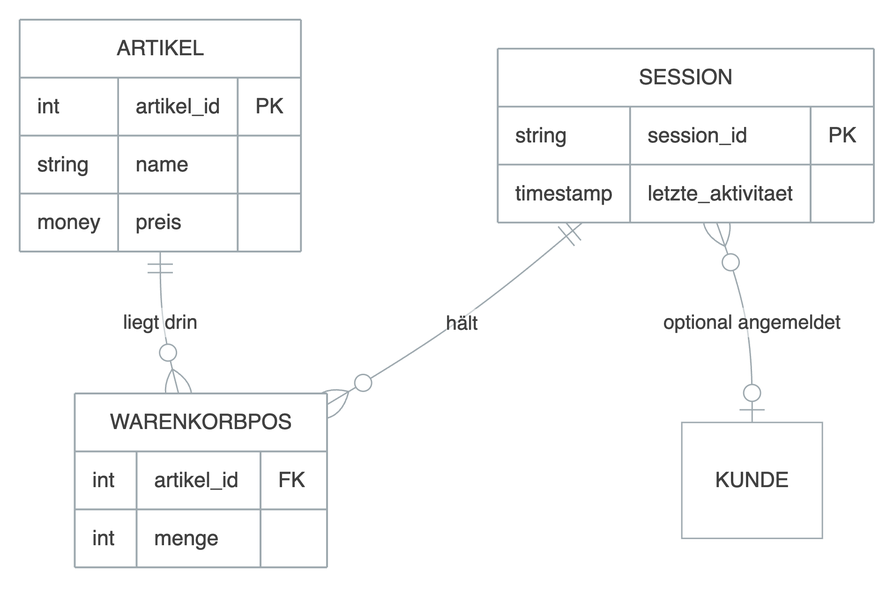
Above: slides/diagramme/02_shop_modell.png in swrobuts/BurgerMetrics (Mermaid), before the change. Its source is kept beside it as slides/diagramme/02_shop_modell.mmd. The source it was exported from:
```mermaid
erDiagram
    SESSION   ||--o{ WARENKORBPOS : "hält"
    ARTIKEL   ||--o{ WARENKORBPOS : "liegt drin"
    SESSION   }o--o| KUNDE        : "optional angemeldet"
    SESSION {
        string session_id PK
        timestamp letzte_aktivitaet
    }
    WARENKORBPOS {
        int    artikel_id FK
        int    menge
    }
    ARTIKEL {
        int    artikel_id PK
        string name
        money  preis
    }
```
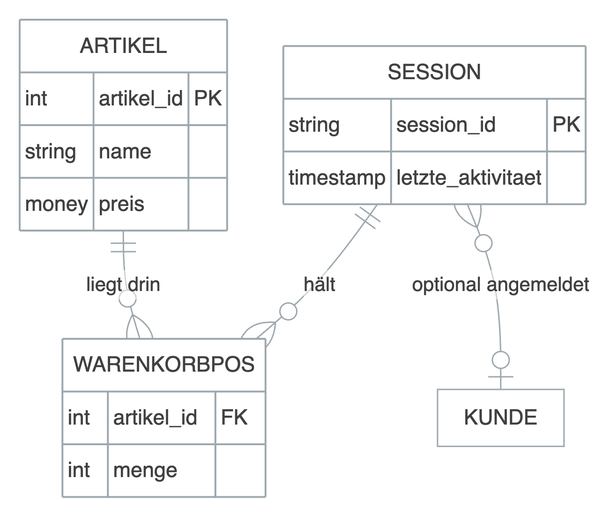
The same file after the commit.

What changed in the source:
```diff
@@ -1,3 +1,4 @@
+%%{init: {"er": {"nodeSpacing": 40, "rankSpacing": 56, "minEntityHeight": 42, "minEntityWidth": 90, "entityPadding": 12, "diagramPadding": 6}}}%%
 erDiagram
     SESSION   ||--o{ WARENKORBPOS : "hält"
     ARTIKEL   ||--o{ WARENKORBPOS : "liegt drin"
```
